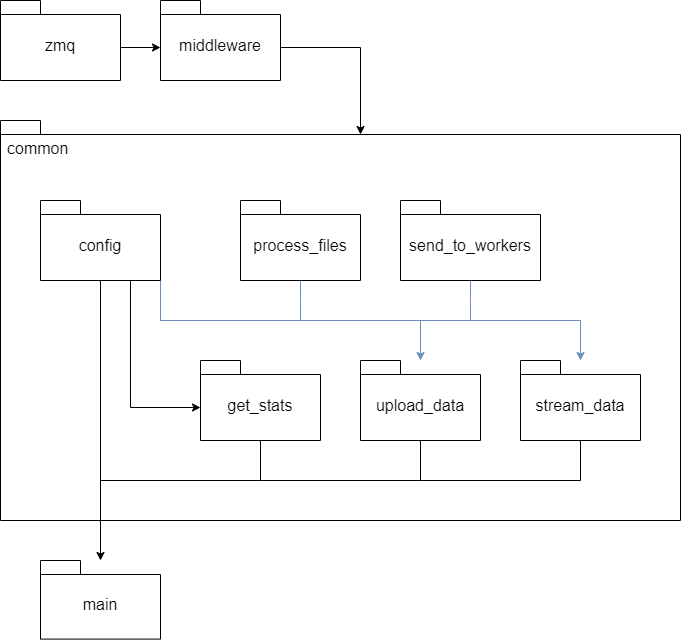
This is docs/diagrams/packets/client.png from n-zu/DISTRIBUIDOS-TP1, a draw.io export, as it was before one commit. Source tidied: cells renumbered, new cells last; positions are measured from the earlier drawing's top-left corner, leaving out a move shared by most shapes.
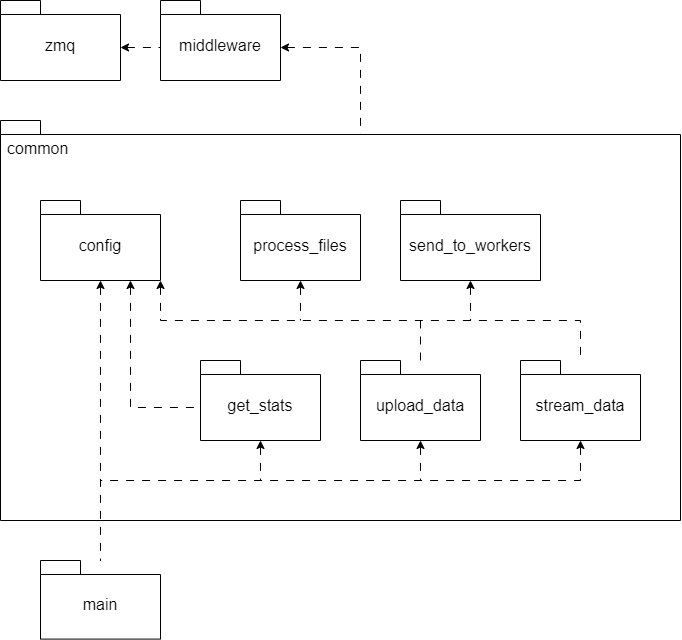
After the change.

The edit, as a diff of the source:
```diff
@@ -5,21 +5,22 @@
     <mxCell id="2" value="common" style="shape=folder;fontStyle=0;spacingTop=12;tabWidth=40;tabHeight=14;tabPosition=left;html=1;whiteSpace=wrap;fontSize=16;align=left;horizontal=1;verticalAlign=top;spacingLeft=5;fillColor=none;" parent="1" vertex="1">
       <mxGeometry y="120" width="680" height="400" as="geometry" />
     </mxCell>
-    <mxCell id="3" style="edgeStyle=orthogonalEdgeStyle;rounded=0;jettySize=auto;html=1;" parent="1" edge="1" source="7" target="10">
+    <mxCell id="3" style="edgeStyle=orthogonalEdgeStyle;rounded=0;jettySize=auto;html=1;endArrow=none;endFill=0;startArrow=classic;startFill=1;dashed=1;dashPattern=8 8;" parent="1" edge="1" source="7" target="10">
       <mxGeometry relative="1" as="geometry" />
     </mxCell>
-    <mxCell id="4" style="edgeStyle=orthogonalEdgeStyle;rounded=0;jettySize=auto;html=1;exitX=0.75;exitY=1;exitDx=0;exitDy=0;exitPerimeter=0;entryX=0;entryY=0;entryDx=0;entryDy=47;entryPerimeter=0;" parent="1" edge="1" source="7" target="12">
+    <mxCell id="4" style="edgeStyle=orthogonalEdgeStyle;rounded=0;jettySize=auto;html=1;exitX=0.75;exitY=1;exitDx=0;exitDy=0;exitPerimeter=0;entryX=0;entryY=0;entryDx=0;entryDy=47;entryPerimeter=0;endArrow=none;endFill=0;startArrow=classic;startFill=1;dashed=1;dashPattern=8 8;" parent="1" edge="1" source="7" target="12">
       <mxGeometry relative="1" as="geometry" />
     </mxCell>
-    <mxCell id="5" style="edgeStyle=orthogonalEdgeStyle;rounded=0;jettySize=auto;html=1;exitX=0;exitY=0;exitDx=120;exitDy=47;exitPerimeter=0;fillColor=#dae8fc;strokeColor=#6c8ebf;" parent="1" edge="1" source="7" target="20">
+    <mxCell id="5" style="edgeStyle=orthogonalEdgeStyle;rounded=0;jettySize=auto;html=1;endArrow=none;endFill=0;dashed=1;dashPattern=8 8;" parent="1" edge="1" target="20">
       <mxGeometry relative="1" as="geometry">
+        <mxPoint x="420" y="320" as="sourcePoint" />
         <Array as="points">
-          <mxPoint x="160" y="320" />
-          <mxPoint x="420" y="320" />
+          <mxPoint x="420" y="330" />
+          <mxPoint x="420" y="330" />
         </Array>
       </mxGeometry>
     </mxCell>
-    <mxCell id="6" style="edgeStyle=orthogonalEdgeStyle;rounded=0;jettySize=auto;html=1;fillColor=#dae8fc;strokeColor=#6c8ebf;" parent="1" edge="1" source="7" target="18">
+    <mxCell id="6" style="edgeStyle=orthogonalEdgeStyle;rounded=0;jettySize=auto;html=1;startArrow=classic;startFill=1;endArrow=none;endFill=0;dashed=1;dashPattern=8 8;" parent="1" edge="1" source="7" target="18">
       <mxGeometry relative="1" as="geometry">
         <Array as="points">
           <mxPoint x="160" y="320" />
@@ -30,7 +31,7 @@
     <mxCell id="7" value="config" style="shape=folder;fontStyle=0;spacingTop=10;tabWidth=40;tabHeight=14;tabPosition=left;html=1;whiteSpace=wrap;fontSize=16;" parent="1" vertex="1">
       <mxGeometry x="40" y="200" width="120" height="80" as="geometry" />
     </mxCell>
-    <mxCell id="8" style="edgeStyle=orthogonalEdgeStyle;rounded=0;jettySize=auto;html=1;exitX=0;exitY=0;exitDx=120;exitDy=47;exitPerimeter=0;entryX=0;entryY=0;entryDx=0;entryDy=47;entryPerimeter=0;" parent="1" edge="1" source="9" target="22">
+    <mxCell id="8" style="edgeStyle=orthogonalEdgeStyle;rounded=0;jettySize=auto;html=1;exitX=0;exitY=0;exitDx=120;exitDy=47;exitPerimeter=0;entryX=0;entryY=0;entryDx=0;entryDy=47;entryPerimeter=0;endArrow=none;endFill=0;startArrow=classic;startFill=1;dashed=1;dashPattern=8 8;" parent="1" edge="1" source="9" target="22">
       <mxGeometry relative="1" as="geometry" />
     </mxCell>
     <mxCell id="9" value="zmq" style="shape=folder;fontStyle=0;spacingTop=10;tabWidth=40;tabHeight=14;tabPosition=left;html=1;whiteSpace=wrap;fontSize=16;" parent="1" vertex="1">
@@ -39,9 +40,9 @@
     <mxCell id="10" value="main" style="shape=folder;fontStyle=0;spacingTop=10;tabWidth=40;tabHeight=14;tabPosition=left;html=1;whiteSpace=wrap;fontSize=16;" parent="1" vertex="1">
       <mxGeometry x="40" y="560" width="120" height="78.6" as="geometry" />
     </mxCell>
-    <mxCell id="11" style="edgeStyle=orthogonalEdgeStyle;rounded=0;jettySize=auto;html=1;endArrow=none;endFill=0;" parent="1" edge="1" source="12">
+    <mxCell id="11" style="edgeStyle=orthogonalEdgeStyle;rounded=0;jettySize=auto;html=1;endArrow=none;endFill=0;startArrow=classic;startFill=1;dashed=1;dashPattern=8 8;" parent="1" edge="1" source="12">
       <mxGeometry relative="1" as="geometry">
-        <mxPoint x="100" y="480" as="targetPoint" />
+        <mxPoint x="260" y="480" as="targetPoint" />
         <Array as="points">
           <mxPoint x="260" y="480" />
         </Array>
@@ -50,7 +51,7 @@
     <mxCell id="12" value="get_stats" style="shape=folder;fontStyle=0;spacingTop=10;tabWidth=40;tabHeight=14;tabPosition=left;html=1;whiteSpace=wrap;fontSize=16;" parent="1" vertex="1">
       <mxGeometry x="200" y="360" width="120" height="80" as="geometry" />
     </mxCell>
-    <mxCell id="13" style="edgeStyle=orthogonalEdgeStyle;rounded=0;jettySize=auto;html=1;endArrow=none;endFill=0;fillColor=#dae8fc;strokeColor=#6c8ebf;" parent="1" edge="1" source="14">
+    <mxCell id="13" style="edgeStyle=orthogonalEdgeStyle;rounded=0;jettySize=auto;html=1;endArrow=none;endFill=0;startArrow=classic;startFill=1;dashed=1;dashPattern=8 8;" parent="1" edge="1" source="14">
       <mxGeometry relative="1" as="geometry">
         <mxPoint x="300" y="320" as="targetPoint" />
       </mxGeometry>
@@ -58,7 +59,7 @@
     <mxCell id="14" value="process_files" style="shape=folder;fontStyle=0;spacingTop=10;tabWidth=40;tabHeight=14;tabPosition=left;html=1;whiteSpace=wrap;fontSize=16;" parent="1" vertex="1">
       <mxGeometry x="240" y="200" width="120" height="80" as="geometry" />
     </mxCell>
-    <mxCell id="15" style="edgeStyle=orthogonalEdgeStyle;rounded=0;jettySize=auto;html=1;endArrow=none;endFill=0;fillColor=#dae8fc;strokeColor=#6c8ebf;" parent="1" edge="1" source="16">
+    <mxCell id="15" style="edgeStyle=orthogonalEdgeStyle;rounded=0;jettySize=auto;html=1;endArrow=none;endFill=0;startArrow=classic;startFill=1;dashed=1;dashPattern=8 8;" parent="1" edge="1" source="16">
       <mxGeometry relative="1" as="geometry">
         <mxPoint x="470" y="320" as="targetPoint" />
       </mxGeometry>
@@ -66,9 +67,9 @@
     <mxCell id="16" value="send_to_workers" style="shape=folder;fontStyle=0;spacingTop=10;tabWidth=40;tabHeight=14;tabPosition=left;html=1;whiteSpace=wrap;fontSize=16;" parent="1" vertex="1">
       <mxGeometry x="400" y="200" width="140" height="80" as="geometry" />
     </mxCell>
-    <mxCell id="17" style="edgeStyle=orthogonalEdgeStyle;rounded=0;jettySize=auto;html=1;endArrow=none;endFill=0;" parent="1" edge="1" source="18">
+    <mxCell id="17" style="edgeStyle=orthogonalEdgeStyle;rounded=0;jettySize=auto;html=1;endArrow=none;endFill=0;startArrow=classic;startFill=1;dashed=1;dashPattern=8 8;" parent="1" edge="1" source="18">
       <mxGeometry relative="1" as="geometry">
-        <mxPoint x="420" y="480" as="targetPoint" />
+        <mxPoint x="100" y="480" as="targetPoint" />
         <Array as="points">
           <mxPoint x="580" y="480" />
         </Array>
@@ -77,9 +78,9 @@
     <mxCell id="18" value="stream_data" style="shape=folder;fontStyle=0;spacingTop=10;tabWidth=40;tabHeight=14;tabPosition=left;html=1;whiteSpace=wrap;fontSize=16;" parent="1" vertex="1">
       <mxGeometry x="520" y="360" width="120" height="80" as="geometry" />
     </mxCell>
-    <mxCell id="19" style="edgeStyle=orthogonalEdgeStyle;rounded=0;jettySize=auto;html=1;endArrow=none;endFill=0;" parent="1" edge="1" source="20">
+    <mxCell id="19" style="edgeStyle=orthogonalEdgeStyle;rounded=0;jettySize=auto;html=1;endArrow=none;endFill=0;startArrow=classic;startFill=1;dashed=1;dashPattern=8 8;" parent="1" edge="1" source="20">
       <mxGeometry relative="1" as="geometry">
-        <mxPoint x="260" y="480" as="targetPoint" />
+        <mxPoint x="420" y="480" as="targetPoint" />
         <Array as="points">
           <mxPoint x="420" y="480" />
         </Array>
@@ -88,7 +89,7 @@
     <mxCell id="20" value="upload_data" style="shape=folder;fontStyle=0;spacingTop=10;tabWidth=40;tabHeight=14;tabPosition=left;html=1;whiteSpace=wrap;fontSize=16;" parent="1" vertex="1">
       <mxGeometry x="360" y="360" width="120" height="80" as="geometry" />
     </mxCell>
-    <mxCell id="21" style="edgeStyle=orthogonalEdgeStyle;rounded=0;jettySize=auto;html=1;exitX=0;exitY=0;exitDx=120;exitDy=47;exitPerimeter=0;entryX=0;entryY=0;entryDx=360;entryDy=14;entryPerimeter=0;" parent="1" edge="1" source="22" target="2">
+    <mxCell id="21" style="edgeStyle=orthogonalEdgeStyle;rounded=0;jettySize=auto;html=1;exitX=0;exitY=0;exitDx=120;exitDy=47;exitPerimeter=0;entryX=0;entryY=0;entryDx=360;entryDy=14;entryPerimeter=0;endArrow=none;endFill=0;startArrow=classic;startFill=1;dashed=1;dashPattern=8 8;" parent="1" edge="1" source="22" target="2">
       <mxGeometry relative="1" as="geometry" />
     </mxCell>
     <mxCell id="22" value="middleware" style="shape=folder;fontStyle=0;spacingTop=10;tabWidth=40;tabHeight=14;tabPosition=left;html=1;whiteSpace=wrap;fontSize=16;" parent="1" vertex="1">
```
